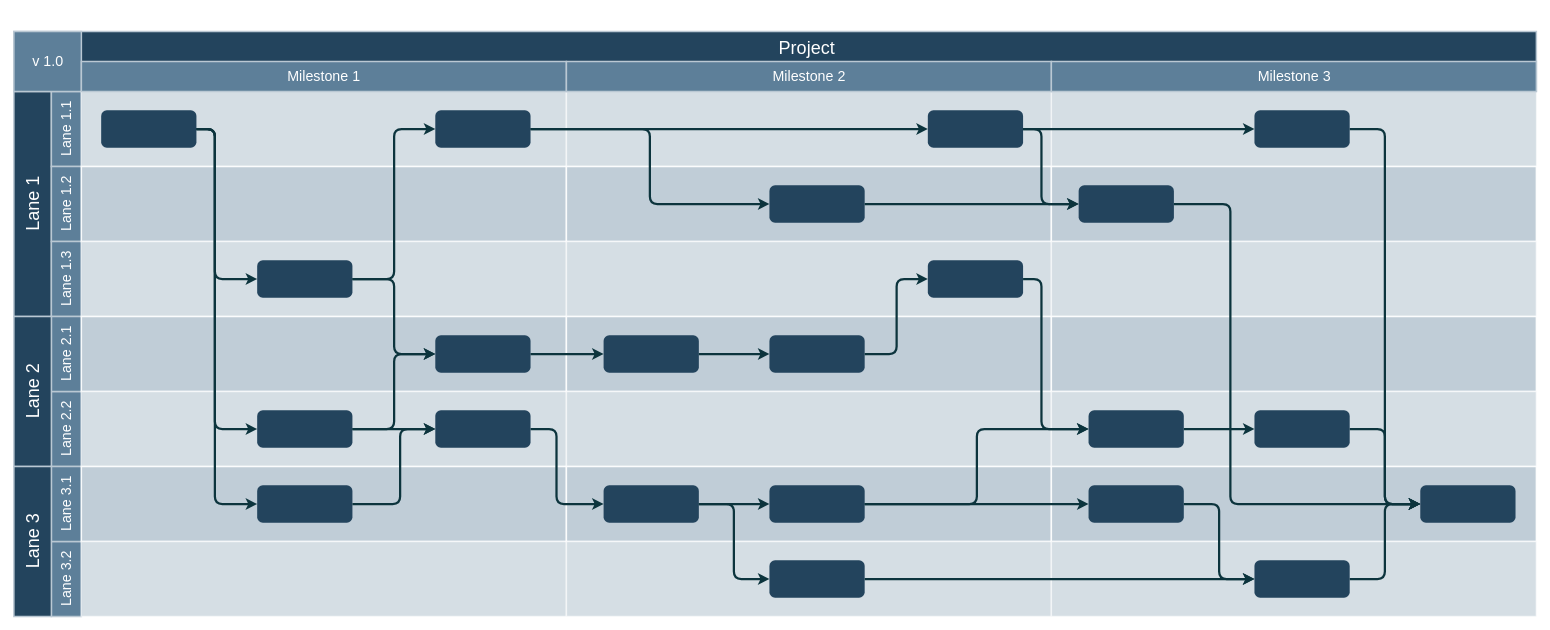
The draw.io diagram TriplePro_DataMapper.drawio in oeloe100/TPMA-Proposal-Data, before the edit. Source tidied: cells renumbered, new cells numbered last; positions are measured from the earlier drawing's top-left corner, leaving out a move shared by most shapes. Both pictures are drawn from the tidied source at 75%, with x=0, y=0 at pixel (14, 31).
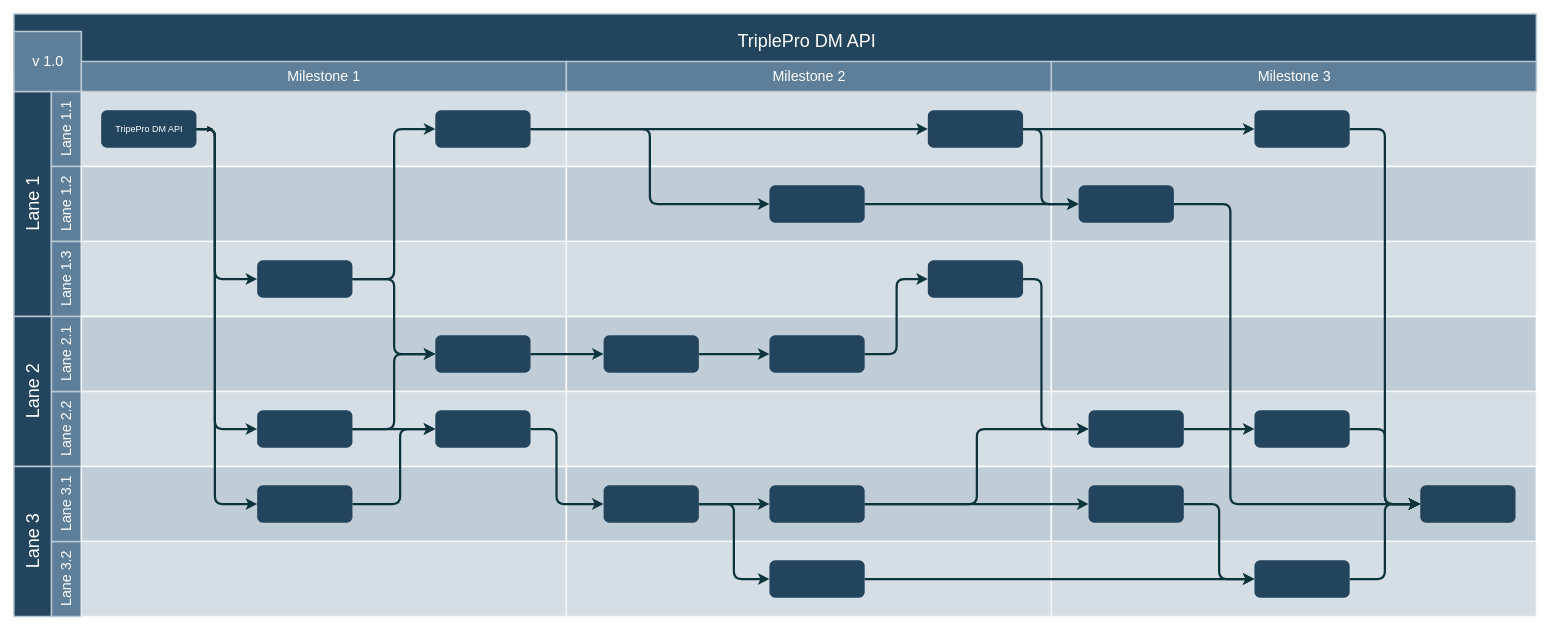
The same diagram, later.

The edit, as a diff of the source:
```diff
@@
-    <mxCell id="2" value="Project&#10;" style="strokeColor=#BAC8D3;fillColor=#23445D;fontSize=24;strokeWidth=2;fontFamily=Helvetica;html=1;fontColor=#FFFFFF;fontStyle=0;spacingBottom=8;spacingRight=0;spacingLeft=83;" parent="1" vertex="1">
-      <mxGeometry y="0.5" width="2030" height="80" as="geometry" />
+    <mxCell id="2" value="TriplePro DM API" style="strokeColor=#BAC8D3;fillColor=#23445D;fontSize=24;strokeWidth=2;fontFamily=Helvetica;html=1;fontColor=#FFFFFF;fontStyle=0;spacingBottom=8;spacingRight=0;spacingLeft=83;" parent="1" vertex="1">
+      <mxGeometry y="-23" width="2030" height="80" as="geometry" />
     </mxCell>
@@
+    <mxCell id="90" style="edgeStyle=orthogonalEdgeStyle;rounded=0;jettySize=auto;html=1;exitX=1;exitY=0.5;exitDx=0;exitDy=0;" parent="1" edge="1" source="36">
+      <mxGeometry relative="1" as="geometry">
+        <mxPoint x="266" y="131" as="targetPoint" />
+      </mxGeometry>
+    </mxCell>
-    <mxCell id="36" style="rounded=1;fillColor=#23445D;strokeColor=none;strokeWidth=2;fontFamily=Helvetica;html=1;gradientColor=none;" parent="1" vertex="1">
+    <mxCell id="36" value="&lt;font color=&quot;#ffffff&quot;&gt;TripePro DM API&lt;/font&gt;" style="rounded=1;fillColor=#23445D;strokeColor=none;strokeWidth=2;fontFamily=Helvetica;html=1;gradientColor=none;" parent="1" vertex="1">
       <mxGeometry x="116.4" y="105.5" width="127" height="50" as="geometry" />
     </mxCell>
```
